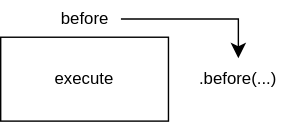
Above: doc/before.drawio.svg in FelixCpp/use_in_case (draw.io), before the change. Source tidied: cells renumbered, new cells last; positions are measured from the earlier drawing's top-left corner, leaving out a move shared by most shapes.
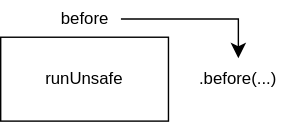
Later version of the same file.

Diff of the diagram source:
```diff
@@ -8,7 +8,7 @@
     <mxCell id="3" value="before" style="text;html=1;align=center;verticalAlign=middle;points=[];strokeColor=none;fillColor=none;rounded=0;" parent="1" vertex="1">
       <mxGeometry x="34" width="52" height="26" as="geometry" />
     </mxCell>
-    <mxCell id="4" value="execute" style="rounded=0;whiteSpace=wrap;html=1;fillColor=none;" parent="1" vertex="1">
+    <mxCell id="4" value="runUnsafe" style="rounded=0;whiteSpace=wrap;html=1;fillColor=none;" parent="1" vertex="1">
       <mxGeometry y="26" width="120" height="60" as="geometry" />
     </mxCell>
     <mxCell id="5" style="edgeStyle=segmentEdgeStyle;endArrow=classic;html=1;curved=0;rounded=0;endSize=8;startSize=8;entryX=0.5;entryY=0;entryDx=0;entryDy=0;" parent="1" edge="1" source="3" target="2">
```
